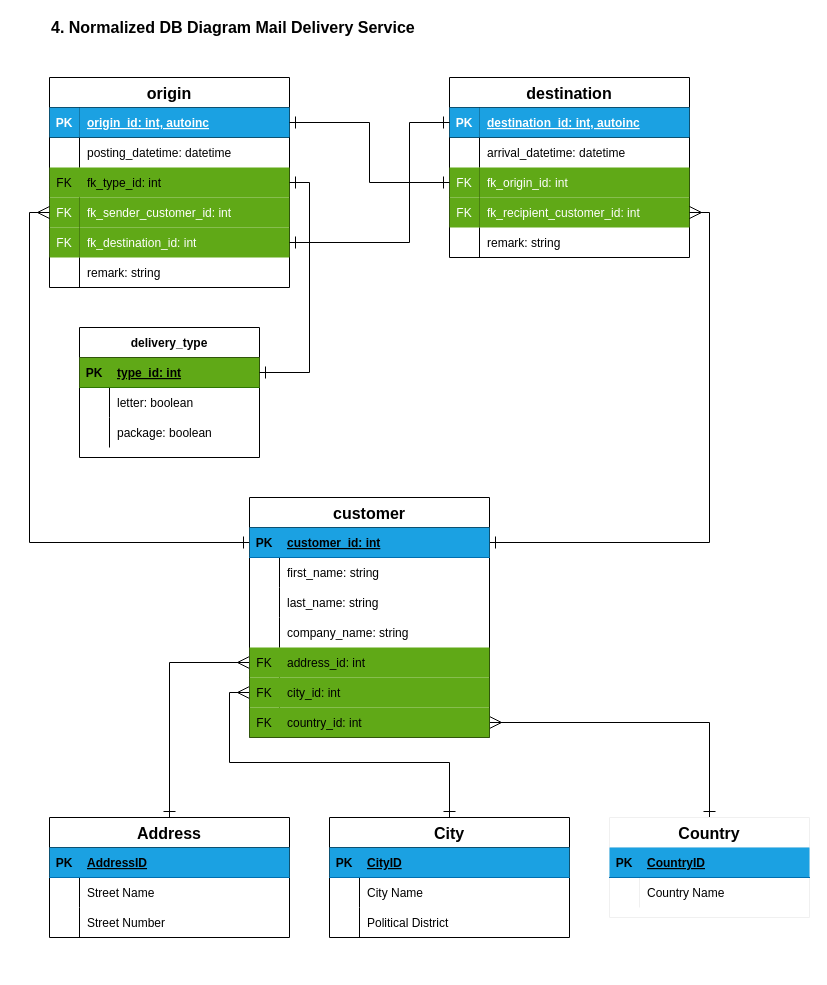
Earlier version of the draw.io diagram concept/04-normalized-class-diagram.svg.drawio (mbalabanov/CFLMS-MarinBalabanov-CodeReview-09). Source tidied: cells renumbered, new cells numbered last; positions are measured from the earlier drawing's top-left corner, leaving out a move shared by most shapes. Both pictures are drawn from the tidied source at 100%, with x=0, y=0 at pixel (49, 17).
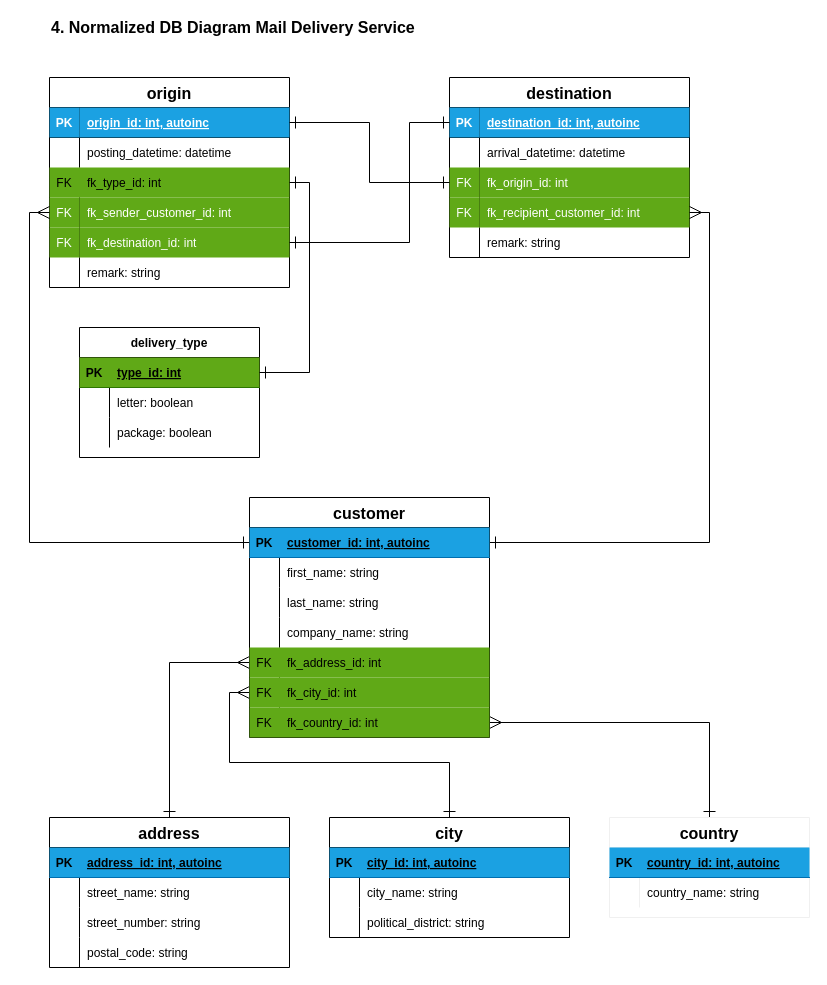
After the change.

Unchanged cells that the change refers to:
```xml
<mxCell id="57" style="shape=partialRectangle;fillColor=#1ba1e2;top=0;left=0;bottom=1;right=0;strokeColor=#006EAF;fontColor=#ffffff;" parent="56" vertex="1">
  <mxGeometry y="30" width="240" height="30" as="geometry" />
</mxCell>
<mxCell id="60" style="shape=partialRectangle;fillColor=none;top=0;left=0;bottom=0;right=0;" parent="56" vertex="1">
  <mxGeometry y="60" width="240" height="30" as="geometry" />
</mxCell>
<mxCell id="63" style="shape=partialRectangle;fillColor=none;top=0;left=0;bottom=0;right=0;" parent="56" vertex="1">
  <mxGeometry y="90" width="240" height="30" as="geometry" />
</mxCell>
<mxCell id="67" style="shape=partialRectangle;fillColor=#1ba1e2;top=0;left=0;bottom=1;right=0;strokeColor=#006EAF;fontColor=#ffffff;" parent="66" vertex="1">
  <mxGeometry y="30" width="200" height="30" as="geometry" />
</mxCell>
<mxCell id="70" style="shape=partialRectangle;fillColor=none;top=0;left=0;bottom=0;right=0;" parent="66" vertex="1">
  <mxGeometry y="60" width="200" height="30" as="geometry" />
</mxCell>
<mxCell id="74" style="shape=partialRectangle;fillColor=#1ba1e2;top=0;left=0;bottom=1;right=0;strokeColor=#006EAF;fontColor=#ffffff;" parent="73" vertex="1">
  <mxGeometry y="30" width="240" height="30" as="geometry" />
</mxCell>
<mxCell id="77" style="shape=partialRectangle;fillColor=none;top=0;left=0;bottom=0;right=0;" parent="73" vertex="1">
  <mxGeometry y="60" width="240" height="30" as="geometry" />
</mxCell>
<mxCell id="80" style="shape=partialRectangle;fillColor=none;top=0;left=0;bottom=0;right=0;" parent="73" vertex="1">
  <mxGeometry y="90" width="240" height="30" as="geometry" />
</mxCell>
<mxCell id="84" style="shape=partialRectangle;fillColor=#1ba1e2;top=0;left=0;bottom=1;right=0;points=[[0,0.5],[1,0.5]];portConstraint=eastwest;strokeColor=#006EAF;fontColor=#ffffff;" parent="83" vertex="1">
  <mxGeometry y="30" width="240" height="30" as="geometry" />
</mxCell>
<mxCell id="96" style="shape=partialRectangle;top=0;left=0;bottom=0;right=0;points=[[0,0.5],[1,0.5]];portConstraint=eastwest;strokeColor=#2D7600;fontColor=#ffffff;fillColor=#60a917;" parent="83" vertex="1">
  <mxGeometry y="150" width="240" height="30" as="geometry" />
</mxCell>
<mxCell id="99" style="shape=partialRectangle;fillColor=#60a917;top=0;left=0;bottom=0;right=0;points=[[0,0.5],[1,0.5]];portConstraint=eastwest;strokeColor=#2D7600;fontColor=#ffffff;" parent="83" vertex="1">
  <mxGeometry y="180" width="240" height="30" as="geometry" />
</mxCell>
<mxCell id="102" style="shape=partialRectangle;fillColor=#60a917;top=0;left=0;bottom=0;right=0;points=[[0,0.5],[1,0.5]];portConstraint=eastwest;strokeColor=#2D7600;fontColor=#ffffff;" parent="83" vertex="1">
  <mxGeometry y="210" width="240" height="30" as="geometry" />
</mxCell>
```

The edit, as a diff of the source:
```diff
@@
-    <mxCell id="56" value="City" style="shape=table;startSize=30;childLayout=tableLayout;rowLines=0;fontStyle=1;align=center;fontSize=16;" parent="1" vertex="1">
+    <mxCell id="56" value="city" style="shape=table;startSize=30;childLayout=tableLayout;rowLines=0;fontStyle=1;align=center;fontSize=16;" parent="1" vertex="1">
       <mxGeometry x="280" y="800" width="240" height="120" as="geometry" />
     </mxCell>
@@
-    <mxCell id="59" value="CityID" style="shape=partialRectangle;fillColor=none;top=0;left=0;bottom=0;right=0;align=left;spacingLeft=6;fontStyle=5;overflow=hidden;" parent="57" vertex="1">
+    <mxCell id="59" value="city_id: int, autoinc" style="shape=partialRectangle;fillColor=none;top=0;left=0;bottom=0;right=0;align=left;spacingLeft=6;fontStyle=5;overflow=hidden;" parent="57" vertex="1">
       <mxGeometry x="30" width="210" height="30" as="geometry" />
     </mxCell>
@@
-    <mxCell id="62" value="City Name" style="shape=partialRectangle;fillColor=none;top=0;left=0;bottom=0;right=0;align=left;spacingLeft=6;overflow=hidden;" parent="60" vertex="1">
+    <mxCell id="62" value="city_name: string" style="shape=partialRectangle;fillColor=none;top=0;left=0;bottom=0;right=0;align=left;spacingLeft=6;overflow=hidden;" parent="60" vertex="1">
       <mxGeometry x="30" width="210" height="30" as="geometry" />
     </mxCell>
@@
-    <mxCell id="65" value="Political District" style="shape=partialRectangle;fillColor=none;top=0;left=0;bottom=0;right=0;align=left;spacingLeft=6;overflow=hidden;" parent="63" vertex="1">
+    <mxCell id="65" value="political_district: string" style="shape=partialRectangle;fillColor=none;top=0;left=0;bottom=0;right=0;align=left;spacingLeft=6;overflow=hidden;" parent="63" vertex="1">
       <mxGeometry x="30" width="210" height="30" as="geometry" />
     </mxCell>
-    <mxCell id="66" value="Country" style="shape=table;startSize=30;childLayout=tableLayout;rowLines=0;fontStyle=1;align=center;strokeColor=#F0F0F0;fontSize=16;" parent="1" vertex="1">
+    <mxCell id="66" value="country" style="shape=table;startSize=30;childLayout=tableLayout;rowLines=0;fontStyle=1;align=center;strokeColor=#F0F0F0;fontSize=16;" parent="1" vertex="1">
       <mxGeometry x="560" y="800" width="200" height="100" as="geometry" />
     </mxCell>
@@
-    <mxCell id="69" value="CountryID" style="shape=partialRectangle;fillColor=none;top=0;left=0;bottom=0;right=0;align=left;spacingLeft=6;fontStyle=5;overflow=hidden;" parent="67" vertex="1">
+    <mxCell id="69" value="country_id: int, autoinc" style="shape=partialRectangle;fillColor=none;top=0;left=0;bottom=0;right=0;align=left;spacingLeft=6;fontStyle=5;overflow=hidden;" parent="67" vertex="1">
       <mxGeometry x="30" width="170" height="30" as="geometry" />
     </mxCell>
@@
-    <mxCell id="72" value="Country Name" style="shape=partialRectangle;fillColor=none;top=0;left=0;bottom=0;right=0;align=left;spacingLeft=6;overflow=hidden;" parent="70" vertex="1">
+    <mxCell id="72" value="country_name: string" style="shape=partialRectangle;fillColor=none;top=0;left=0;bottom=0;right=0;align=left;spacingLeft=6;overflow=hidden;" parent="70" vertex="1">
       <mxGeometry x="30" width="170" height="30" as="geometry" />
     </mxCell>
-    <mxCell id="73" value="Address" style="shape=table;startSize=30;childLayout=tableLayout;rowLines=0;fontStyle=1;align=center;fontSize=16;" parent="1" vertex="1">
-      <mxGeometry y="800" width="240" height="120" as="geometry" />
+    <mxCell id="73" value="address" style="shape=table;startSize=30;childLayout=tableLayout;rowLines=0;fontStyle=1;align=center;fontSize=16;" parent="1" vertex="1">
+      <mxGeometry y="800" width="240" height="150" as="geometry" />
     </mxCell>
@@
-    <mxCell id="76" value="AddressID" style="shape=partialRectangle;fillColor=none;top=0;left=0;bottom=0;right=0;align=left;spacingLeft=6;fontStyle=5;overflow=hidden;" parent="74" vertex="1">
+    <mxCell id="76" value="address_id: int, autoinc" style="shape=partialRectangle;fillColor=none;top=0;left=0;bottom=0;right=0;align=left;spacingLeft=6;fontStyle=5;overflow=hidden;" parent="74" vertex="1">
       <mxGeometry x="30" width="210" height="30" as="geometry" />
     </mxCell>
@@
-    <mxCell id="79" value="Street Name" style="shape=partialRectangle;fillColor=none;top=0;left=0;bottom=0;right=0;align=left;spacingLeft=6;overflow=hidden;" parent="77" vertex="1">
+    <mxCell id="79" value="street_name: string" style="shape=partialRectangle;fillColor=none;top=0;left=0;bottom=0;right=0;align=left;spacingLeft=6;overflow=hidden;" parent="77" vertex="1">
       <mxGeometry x="30" width="210" height="30" as="geometry" />
     </mxCell>
@@
-    <mxCell id="82" value="Street Number" style="shape=partialRectangle;fillColor=none;top=0;left=0;bottom=0;right=0;align=left;spacingLeft=6;overflow=hidden;" parent="80" vertex="1">
+    <mxCell id="82" value="street_number: string" style="shape=partialRectangle;fillColor=none;top=0;left=0;bottom=0;right=0;align=left;spacingLeft=6;overflow=hidden;" parent="80" vertex="1">
       <mxGeometry x="30" width="210" height="30" as="geometry" />
     </mxCell>
+    <mxCell id="105" style="shape=partialRectangle;fillColor=none;top=0;left=0;bottom=0;right=0;" parent="73" vertex="1">
+      <mxGeometry y="120" width="240" height="30" as="geometry" />
+    </mxCell>
+    <mxCell id="106" style="shape=partialRectangle;fillColor=none;top=0;left=0;bottom=0;right=0;overflow=hidden;" parent="105" vertex="1">
+      <mxGeometry width="30" height="30" as="geometry" />
+    </mxCell>
+    <mxCell id="107" value="postal_code: string" style="shape=partialRectangle;fillColor=none;top=0;left=0;bottom=0;right=0;align=left;spacingLeft=6;overflow=hidden;" parent="105" vertex="1">
+      <mxGeometry x="30" width="210" height="30" as="geometry" />
+    </mxCell>
@@
-    <mxCell id="86" value="customer_id: int" style="shape=partialRectangle;fillColor=none;top=0;left=0;bottom=0;right=0;align=left;spacingLeft=6;fontStyle=5;overflow=hidden;" parent="84" vertex="1">
+    <mxCell id="86" value="customer_id: int, autoinc" style="shape=partialRectangle;fillColor=none;top=0;left=0;bottom=0;right=0;align=left;spacingLeft=6;fontStyle=5;overflow=hidden;" parent="84" vertex="1">
       <mxGeometry x="30" width="210" height="30" as="geometry" />
     </mxCell>
@@
-    <mxCell id="98" value="address_id: int" style="shape=partialRectangle;fillColor=none;top=0;left=0;bottom=0;right=0;align=left;spacingLeft=6;overflow=hidden;" parent="96" vertex="1">
+    <mxCell id="98" value="fk_address_id: int" style="shape=partialRectangle;fillColor=none;top=0;left=0;bottom=0;right=0;align=left;spacingLeft=6;overflow=hidden;" parent="96" vertex="1">
       <mxGeometry x="30" width="210" height="30" as="geometry" />
     </mxCell>
@@
-    <mxCell id="101" value="city_id: int" style="shape=partialRectangle;fillColor=none;top=0;left=0;bottom=0;right=0;align=left;spacingLeft=6;overflow=hidden;" parent="99" vertex="1">
+    <mxCell id="101" value="fk_city_id: int" style="shape=partialRectangle;fillColor=none;top=0;left=0;bottom=0;right=0;align=left;spacingLeft=6;overflow=hidden;" parent="99" vertex="1">
       <mxGeometry x="30" width="210" height="30" as="geometry" />
     </mxCell>
@@
-    <mxCell id="104" value="country_id: int" style="shape=partialRectangle;fillColor=none;top=0;left=0;bottom=0;right=0;align=left;spacingLeft=6;overflow=hidden;" parent="102" vertex="1">
+    <mxCell id="104" value="fk_country_id: int" style="shape=partialRectangle;fillColor=none;top=0;left=0;bottom=0;right=0;align=left;spacingLeft=6;overflow=hidden;" parent="102" vertex="1">
       <mxGeometry x="30" width="210" height="30" as="geometry" />
     </mxCell>
```
